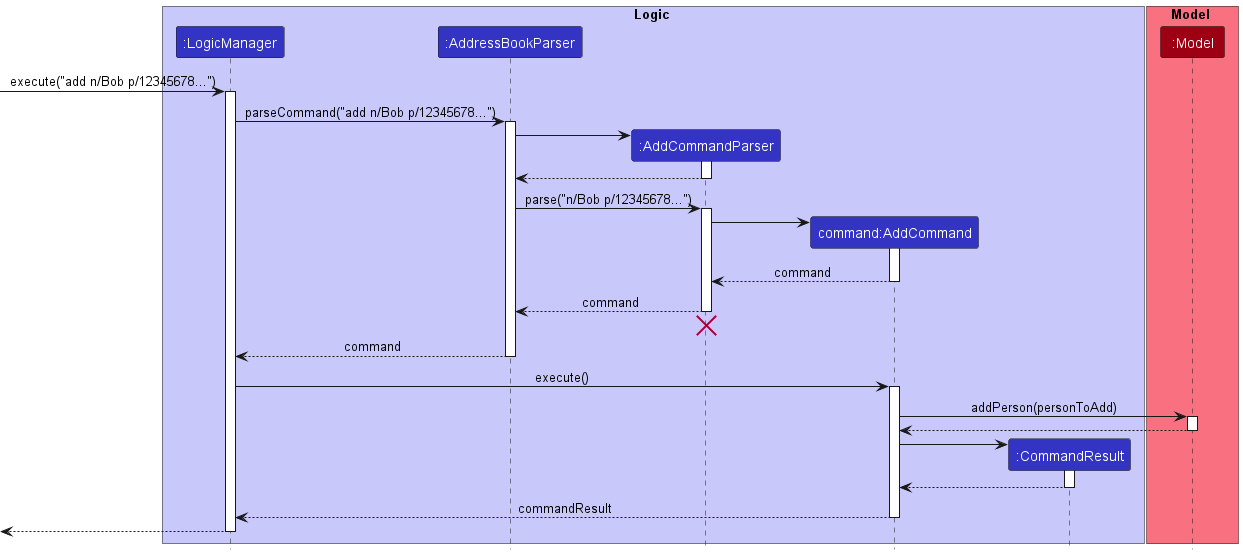
nus-cs2103-AY2223S1/tp keeps this PlantUML diagram as docs/images/AddSequenceDiagram.png. Above is the earlier version.
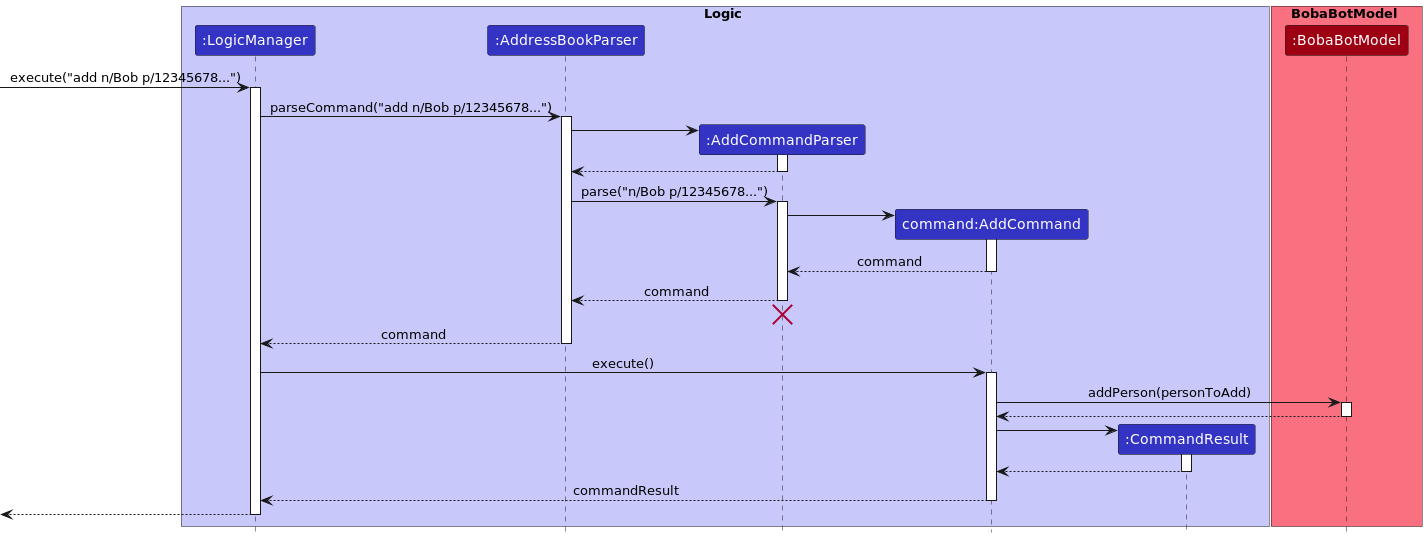
After the change.

What changed in the source:
```diff
@@ -9,8 +9,8 @@
 participant ":CommandResult" as CommandResult LOGIC_COLOR
 end box
 
-box Model MODEL_COLOR_T1
-participant ":Model" as Model MODEL_COLOR
+box BobaBotModel MODEL_COLOR_T1
+participant ":BobaBotModel" as BobaBotModel MODEL_COLOR
 end box
 
 [-> LogicManager : execute("add n/Bob p/12345678...")
@@ -46,11 +46,11 @@
 LogicManager -> AddCommand : execute()
 activate AddCommand
 
-AddCommand -> Model : addPerson(personToAdd)
-activate Model
+AddCommand -> BobaBotModel : addPerson(personToAdd)
+activate BobaBotModel
 
-Model --> AddCommand
-deactivate Model
+BobaBotModel --> AddCommand
+deactivate BobaBotModel
 
 create CommandResult
 AddCommand -> CommandResult
```
